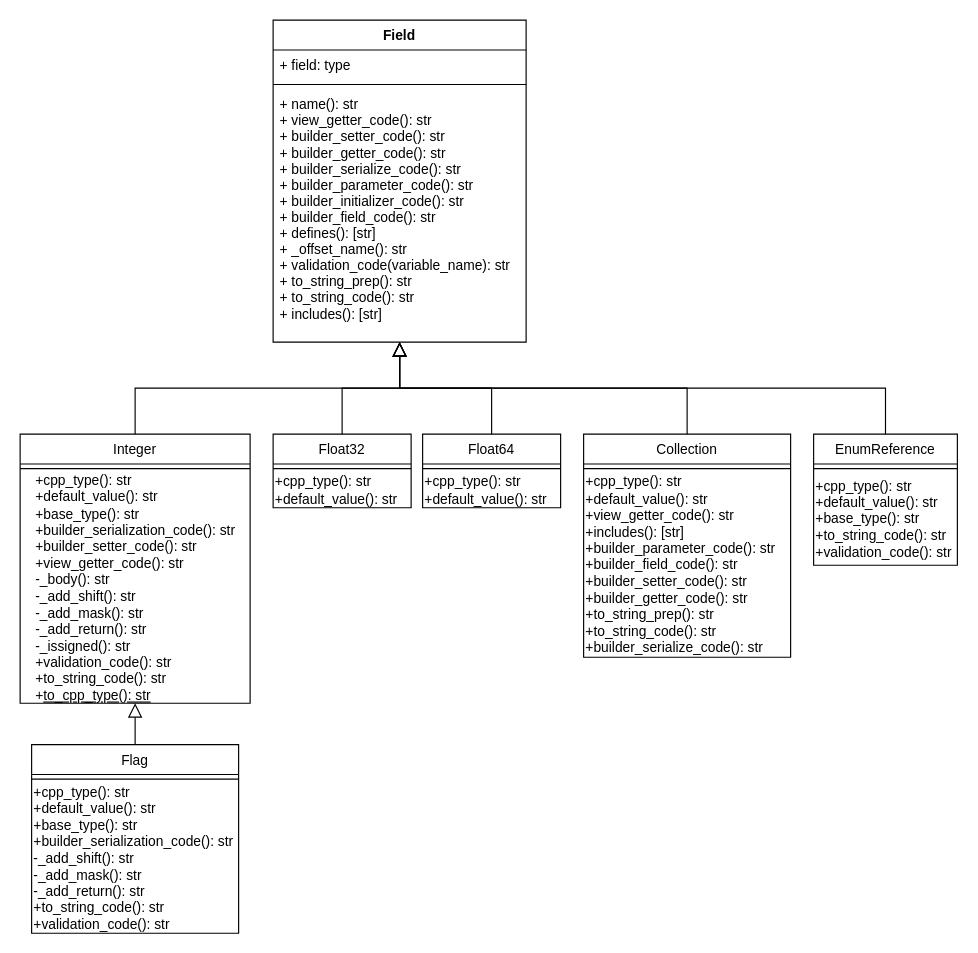
Before: compiler/BackEnd/cpp/Fields/backendfields.drawio in bgrevelt/BiPaGe2, a draw.io diagram. Source tidied: cells renumbered, new cells numbered last; positions are measured from the earlier drawing's top-left corner, leaving out a move shared by most shapes. Both pictures are drawn from the tidied source at 115%, with x=0, y=0 at pixel (20, 20).
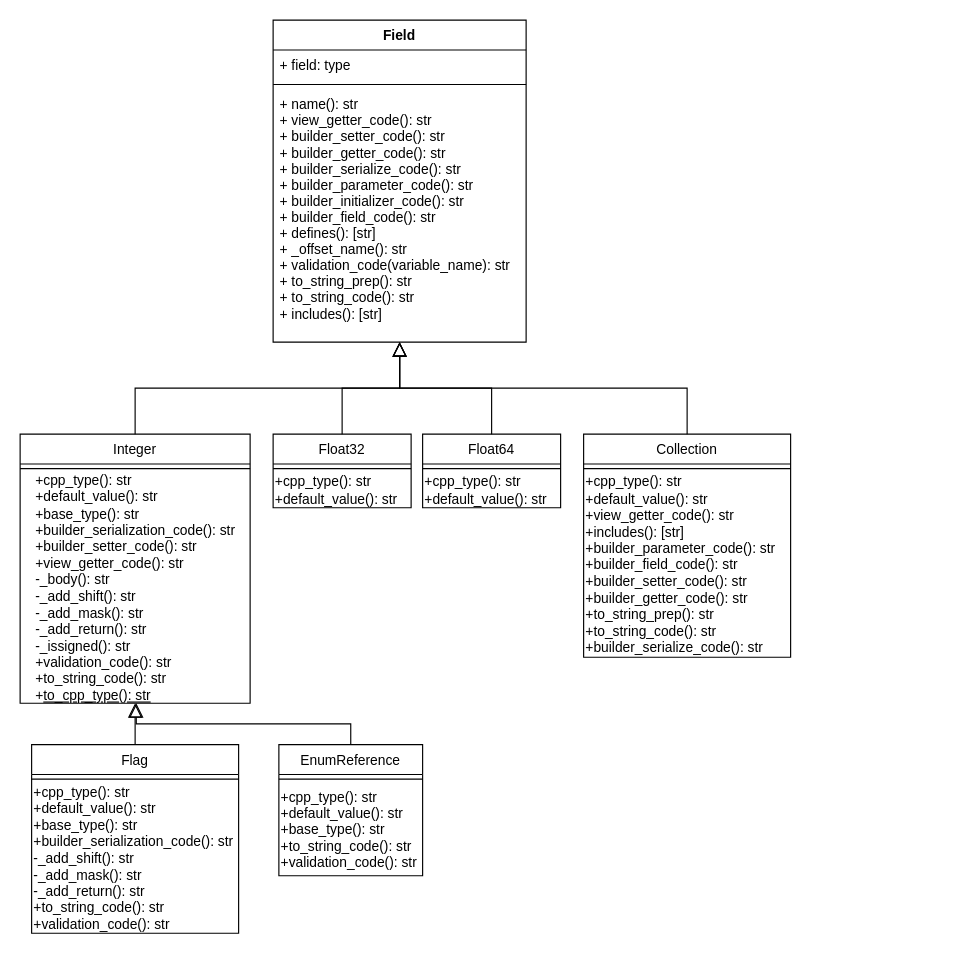
After the change.

Unchanged cells that the change refers to:
```xml
<mxCell id="18" value="&lt;div style=&quot;text-align: left&quot;&gt;+cpp_type(): str&lt;/div&gt;&lt;div style=&quot;text-align: left&quot;&gt;+default_value(): str&lt;/div&gt;&lt;div style=&quot;text-align: left&quot;&gt;+base_type(): str&lt;/div&gt;&lt;div style=&quot;text-align: left&quot;&gt;+builder_serialization_code(): str&lt;/div&gt;&lt;div style=&quot;text-align: left&quot;&gt;+builder_setter_code(): str&lt;/div&gt;&lt;div style=&quot;text-align: left&quot;&gt;+view_getter_code(): str&lt;/div&gt;&lt;div style=&quot;text-align: left&quot;&gt;-_body(): str&lt;/div&gt;&lt;div style=&quot;text-align: left&quot;&gt;-_add_shift(): str&lt;/div&gt;&lt;div style=&quot;text-align: left&quot;&gt;-_add_mask(): str&lt;/div&gt;&lt;div style=&quot;text-align: left&quot;&gt;-_add_return(): str&lt;/div&gt;&lt;div style=&quot;text-align: left&quot;&gt;-_issigned(): str&lt;/div&gt;&lt;div style=&quot;text-align: left&quot;&gt;+validation_code(): str&lt;/div&gt;&lt;div style=&quot;text-align: left&quot;&gt;+to_string_code(): str&lt;/div&gt;&lt;div style=&quot;text-align: left&quot;&gt;+&lt;u&gt;to_cpp_type(): str&lt;/u&gt;&lt;/div&gt;" style="text;html=1;align=center;verticalAlign=middle;points=[];" parent="16" vertex="1">
  <mxGeometry y="34" width="200" height="200" as="geometry" />
</mxCell>
<mxCell id="22" value="Field" style="swimlane;fontStyle=1;align=center;verticalAlign=top;horizontal=1;startSize=26;" parent="1" vertex="1">
  <mxGeometry x="220" width="220" height="280" as="geometry" />
</mxCell>
```

What changed in the source:
```diff
@@
     <mxCell id="6" value="EnumReference" style="swimlane;fontStyle=0;align=center;verticalAlign=top;horizontal=1;startSize=26;rounded=0;shadow=0;strokeWidth=1;" parent="1" vertex="1">
-      <mxGeometry x="690" y="360" width="125" height="114" as="geometry" />
+      <mxGeometry x="225" y="630" width="125" height="114" as="geometry" />
     </mxCell>
@@
-    <mxCell id="9" style="endArrow=block;endSize=10;endFill=0;shadow=0;strokeWidth=1;rounded=0;edgeStyle=elbowEdgeStyle;elbow=vertical;entryX=0.5;entryY=1;entryDx=0;entryDy=0;" parent="1" edge="1" source="6" target="22">
+    <mxCell id="9" style="endArrow=block;endSize=10;endFill=0;shadow=0;strokeWidth=1;rounded=0;edgeStyle=elbowEdgeStyle;elbow=vertical;entryX=0.505;entryY=1;entryDx=0;entryDy=0;entryPerimeter=0;" parent="1" edge="1" source="6" target="18">
       <mxGeometry relative="1" as="geometry" />
     </mxCell>
```
